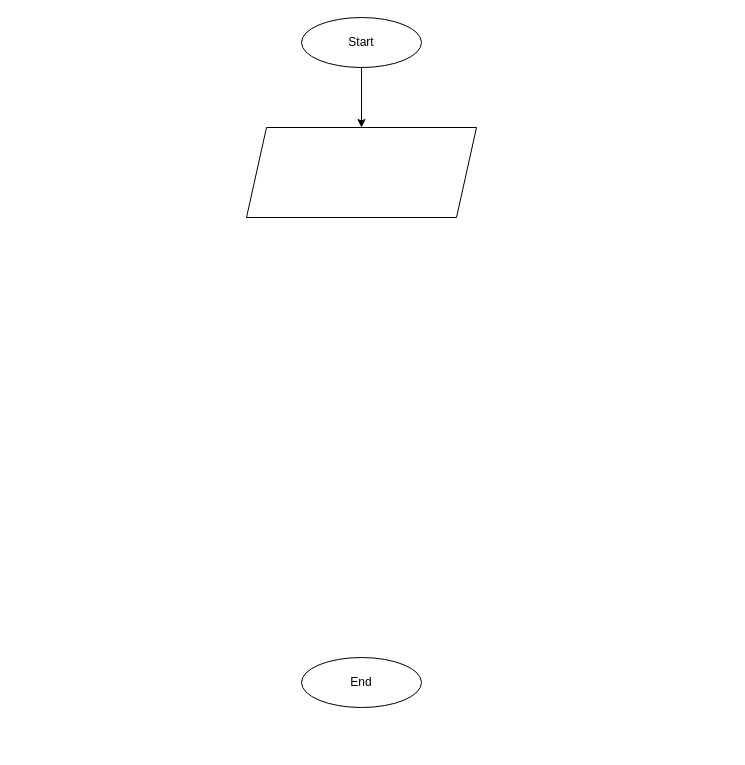
This is BlockShema.drawio from Setrence/Work, a draw.io file, before an edit. Source tidied: cells renumbered, new cells numbered last; positions are measured from the earlier drawing's top-left corner, leaving out a move shared by most shapes. Both pictures are drawn from the tidied source at 100%, with x=0, y=0 at pixel (246, 17).
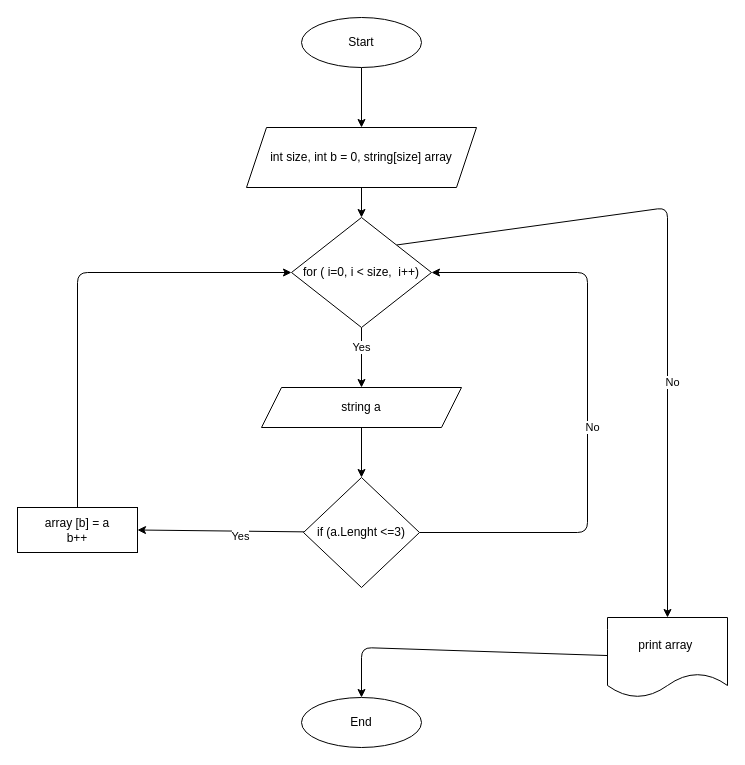
The same diagram, later.

Commit message:
End BlockShema

What changed in the source:
```diff
@@
     <mxCell id="4" value="End" style="ellipse;whiteSpace=wrap;html=1;" parent="1" vertex="1">
-      <mxGeometry x="55" y="640" width="120" height="50" as="geometry" />
+      <mxGeometry x="55" y="680" width="120" height="50" as="geometry" />
     </mxCell>
+    <mxCell id="6" style="edgeStyle=none;html=1;entryX=0.5;entryY=0;entryDx=0;entryDy=0;" parent="1" edge="1" source="5" target="11">
+      <mxGeometry relative="1" as="geometry" />
+    </mxCell>
-    <mxCell id="5" style="shape=parallelogram;perimeter=parallelogramPerimeter;whiteSpace=wrap;html=1;fixedSize=1;" parent="1" vertex="1">
-      <mxGeometry y="110" width="230" height="90" as="geometry" />
+    <mxCell id="5" value="int size, int b = 0, string[size] array" style="shape=parallelogram;perimeter=parallelogramPerimeter;whiteSpace=wrap;html=1;fixedSize=1;" parent="1" vertex="1">
+      <mxGeometry y="110" width="230" height="60" as="geometry" />
     </mxCell>
+    <mxCell id="7" style="edgeStyle=none;html=1;entryX=0.5;entryY=0;entryDx=0;entryDy=0;" parent="1" edge="1" source="11" target="13">
+      <mxGeometry relative="1" as="geometry" />
+    </mxCell>
+    <mxCell id="8" value="Yes" style="edgeLabel;html=1;align=center;verticalAlign=middle;" parent="7" vertex="1">
+      <mxGeometry x="-0.37" y="-1" relative="1" as="geometry" />
+    </mxCell>
+    <mxCell id="9" style="edgeStyle=none;html=1;exitX=1;exitY=0;exitDx=0;exitDy=0;" parent="1" edge="1" source="11">
+      <mxGeometry relative="1" as="geometry">
+        <mxPoint x="421" y="600" as="targetPoint" />
+        <Array as="points">
+          <mxPoint x="421" y="190" />
+        </Array>
+      </mxGeometry>
+    </mxCell>
+    <mxCell id="10" value="No" style="edgeLabel;html=1;align=center;verticalAlign=middle;" parent="9" vertex="1">
+      <mxGeometry x="0.31" y="4" relative="1" as="geometry" />
+    </mxCell>
+    <mxCell id="11" value="for ( i=0, i &amp;lt; size,&amp;nbsp; i++)" style="rhombus;whiteSpace=wrap;html=1;" parent="1" vertex="1">
+      <mxGeometry x="45" y="200" width="140" height="110" as="geometry" />
+    </mxCell>
+    <mxCell id="12" style="edgeStyle=none;html=1;entryX=0.5;entryY=0;entryDx=0;entryDy=0;" parent="1" edge="1" source="13" target="18">
+      <mxGeometry relative="1" as="geometry" />
+    </mxCell>
+    <mxCell id="13" value="string a" style="shape=parallelogram;perimeter=parallelogramPerimeter;whiteSpace=wrap;html=1;fixedSize=1;" parent="1" vertex="1">
+      <mxGeometry x="15" y="370" width="200" height="40" as="geometry" />
+    </mxCell>
+    <mxCell id="14" style="edgeStyle=none;html=1;entryX=1;entryY=0.5;entryDx=0;entryDy=0;" parent="1" edge="1" source="18" target="20">
+      <mxGeometry relative="1" as="geometry" />
+    </mxCell>
+    <mxCell id="15" value="Yes" style="edgeLabel;html=1;align=center;verticalAlign=middle;" parent="14" vertex="1">
+      <mxGeometry x="-0.23" y="5" relative="1" as="geometry" />
+    </mxCell>
+    <mxCell id="16" style="edgeStyle=none;html=1;exitX=1;exitY=0.5;exitDx=0;exitDy=0;entryX=1;entryY=0.5;entryDx=0;entryDy=0;" parent="1" edge="1" source="18" target="11">
+      <mxGeometry relative="1" as="geometry">
+        <Array as="points">
+          <mxPoint x="341" y="515" />
+          <mxPoint x="341" y="255" />
+        </Array>
+      </mxGeometry>
+    </mxCell>
+    <mxCell id="17" value="No" style="edgeLabel;html=1;align=center;verticalAlign=middle;" parent="16" vertex="1">
+      <mxGeometry x="-0.06" y="-4" relative="1" as="geometry" />
+    </mxCell>
+    <mxCell id="18" value="if (a.Lenght &amp;lt;=3)" style="rhombus;whiteSpace=wrap;html=1;" parent="1" vertex="1">
+      <mxGeometry x="57" y="460" width="116" height="110" as="geometry" />
+    </mxCell>
+    <mxCell id="19" style="edgeStyle=none;html=1;entryX=0;entryY=0.5;entryDx=0;entryDy=0;" parent="1" edge="1" source="20" target="11">
+      <mxGeometry relative="1" as="geometry">
+        <Array as="points">
+          <mxPoint x="-169" y="255" />
+        </Array>
+      </mxGeometry>
+    </mxCell>
+    <mxCell id="20" value="array [b] = a&lt;br&gt;b++" style="rounded=0;whiteSpace=wrap;html=1;" parent="1" vertex="1">
+      <mxGeometry x="-229" y="490" width="120" height="45" as="geometry" />
+    </mxCell>
+    <mxCell id="21" style="edgeStyle=none;html=1;entryX=0.5;entryY=0;entryDx=0;entryDy=0;" parent="1" edge="1" source="22" target="4">
+      <mxGeometry relative="1" as="geometry">
+        <Array as="points">
+          <mxPoint x="115" y="630" />
+        </Array>
+      </mxGeometry>
+    </mxCell>
+    <mxCell id="22" value="print array&amp;nbsp;" style="shape=document;whiteSpace=wrap;html=1;boundedLbl=1;" parent="1" vertex="1">
+      <mxGeometry x="361" y="600" width="120" height="80" as="geometry" />
+    </mxCell>
```
